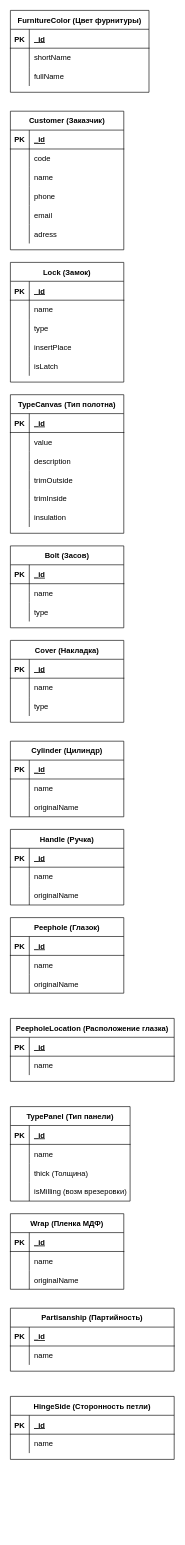
Before: schema.drawio in ProSysYo/bunker, a draw.io diagram. Source tidied: cells renumbered, new cells numbered last; positions are measured from the earlier drawing's top-left corner, leaving out a move shared by most shapes. Both pictures are drawn from the tidied source at 63%, with x=0, y=0 at pixel (10, 10).
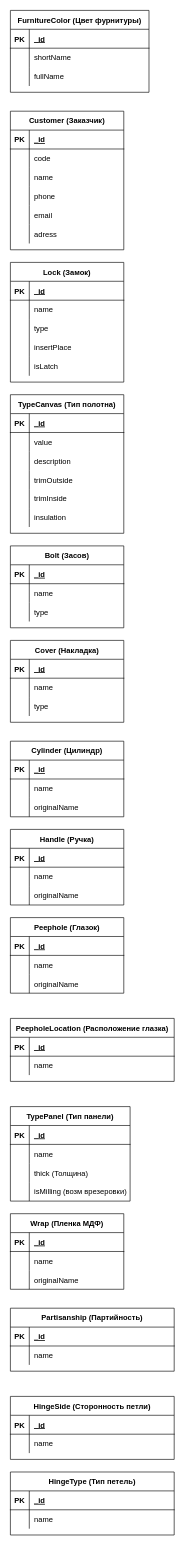
After the change.

What changed in the source:
```diff
@@
+    <mxCell id="160" value="HingeType (Тип петель)" style="shape=table;startSize=30;childLayout=tableLayout;rowLines=0;fontStyle=1;align=center;" parent="1" vertex="1">
+      <mxGeometry y="2320" width="260" height="100" as="geometry" />
+    </mxCell>
+    <mxCell id="161" style="shape=partialRectangle;fillColor=none;top=0;left=0;bottom=1;right=0;" parent="160" vertex="1">
+      <mxGeometry y="30" width="260" height="30" as="geometry" />
+    </mxCell>
+    <mxCell id="162" value="PK" style="shape=partialRectangle;fillColor=none;top=0;left=0;bottom=0;right=0;fontStyle=1;overflow=hidden;" parent="161" vertex="1">
+      <mxGeometry width="30" height="30" as="geometry" />
+    </mxCell>
+    <mxCell id="163" value="_id" style="shape=partialRectangle;fillColor=none;top=0;left=0;bottom=0;right=0;align=left;spacingLeft=6;fontStyle=5;overflow=hidden;" parent="161" vertex="1">
+      <mxGeometry x="30" width="230" height="30" as="geometry" />
+    </mxCell>
+    <mxCell id="164" style="shape=partialRectangle;fillColor=none;top=0;left=0;bottom=0;right=0;" parent="160" vertex="1">
+      <mxGeometry y="60" width="260" height="30" as="geometry" />
+    </mxCell>
+    <mxCell id="165" style="shape=partialRectangle;fillColor=none;top=0;left=0;bottom=0;right=0;overflow=hidden;" parent="164" vertex="1">
+      <mxGeometry width="30" height="30" as="geometry" />
+    </mxCell>
+    <mxCell id="166" value="name" style="shape=partialRectangle;fillColor=none;top=0;left=0;bottom=0;right=0;align=left;spacingLeft=6;overflow=hidden;" parent="164" vertex="1">
+      <mxGeometry x="30" width="230" height="30" as="geometry" />
+    </mxCell>
```
